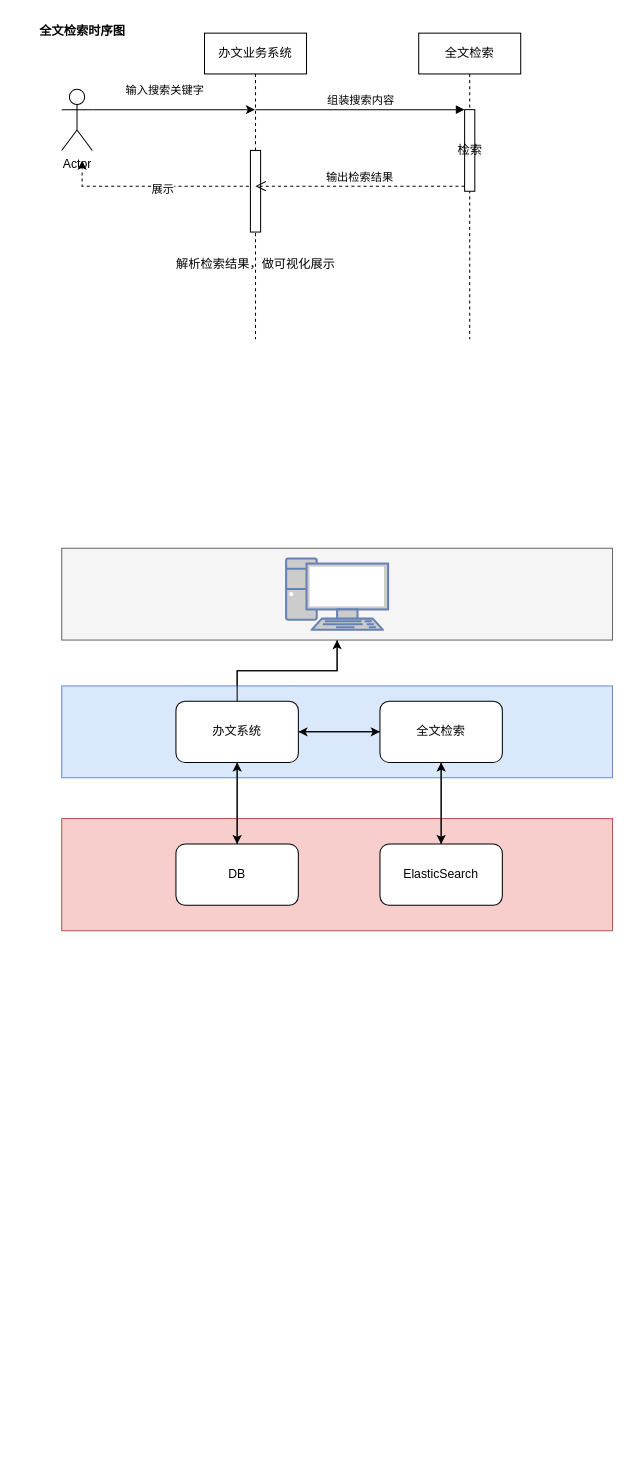
This is 办文全文检索.drawio from ammengke/my-drawio, a draw.io file, before an edit. Source tidied: cells renumbered, new cells numbered last; positions are measured from the earlier drawing's top-left corner, leaving out a move shared by most shapes. Both pictures are drawn from the tidied source at 102%, with x=0, y=0 at pixel (41, 17).
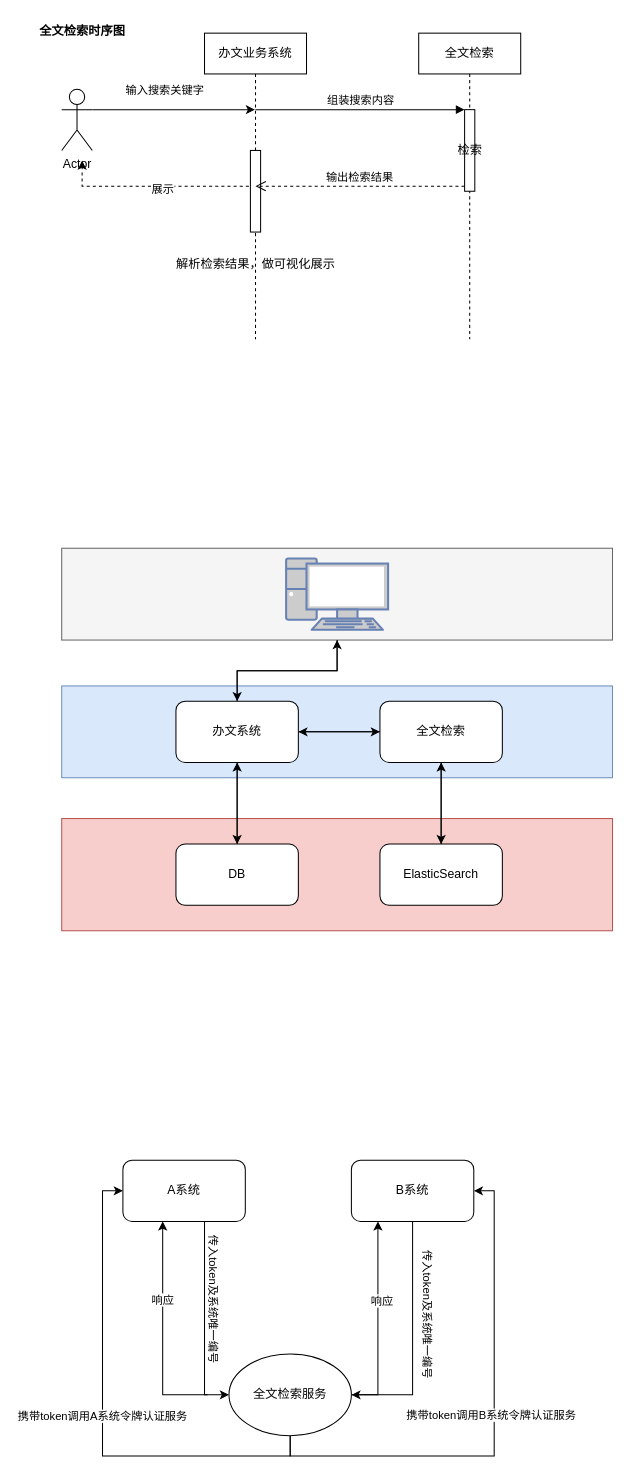
Above is the later version.

Commit message:
更新办文全文检索.drawio

The change refers to these unchanged cells:
```xml
<mxCell id="15" style="rounded=0;whiteSpace=wrap;html=1;fillColor=#f5f5f5;strokeColor=#666666;fontColor=#333333;" parent="1" vertex="1">
  <mxGeometry x="20" y="520" width="540" height="90" as="geometry" />
</mxCell>
<mxCell id="20" value="办文系统" style="rounded=1;whiteSpace=wrap;html=1;" parent="1" vertex="1">
  <mxGeometry x="132" y="670" width="120" height="60" as="geometry" />
</mxCell>
```

What changed in the source:
```diff
@@
-    <mxCell id="14" style="edgeStyle=orthogonalEdgeStyle;rounded=0;jettySize=auto;html=1;" parent="1" edge="1" source="15" target="20">
-      <mxGeometry relative="1" as="geometry" />
-    </mxCell>
@@
+    <mxCell id="14" style="edgeStyle=orthogonalEdgeStyle;rounded=0;jettySize=auto;html=1;" parent="1" edge="1" source="15" target="20">
+      <mxGeometry relative="1" as="geometry" />
+    </mxCell>
+    <mxCell id="30" style="edgeStyle=orthogonalEdgeStyle;rounded=0;jettySize=auto;html=1;" parent="1" edge="1" source="32" target="44">
+      <mxGeometry relative="1" as="geometry">
+        <Array as="points">
+          <mxPoint x="160" y="1350" />
+        </Array>
+      </mxGeometry>
+    </mxCell>
+    <mxCell id="31" value="传入token及系统唯一编号" style="edgeLabel;html=1;align=center;verticalAlign=middle;rotation=90;" parent="30" vertex="1">
+      <mxGeometry x="-0.23" y="-2" relative="1" as="geometry">
+        <mxPoint x="12" as="offset" />
+      </mxGeometry>
+    </mxCell>
+    <mxCell id="32" value="A系统&lt;br&gt;" style="rounded=1;whiteSpace=wrap;html=1;" parent="1" vertex="1">
+      <mxGeometry x="80" y="1120" width="120" height="60" as="geometry" />
+    </mxCell>
+    <mxCell id="33" style="edgeStyle=orthogonalEdgeStyle;rounded=0;jettySize=auto;html=1;entryX=1;entryY=0.5;entryDx=0;entryDy=0;" parent="1" edge="1" source="35" target="44">
+      <mxGeometry relative="1" as="geometry" />
+    </mxCell>
+    <mxCell id="34" value="传入token及系统唯一编号" style="edgeLabel;html=1;align=center;verticalAlign=middle;rotation=90;" parent="33" vertex="1">
+      <mxGeometry x="-0.23" y="1" relative="1" as="geometry">
+        <mxPoint x="15" y="1" as="offset" />
+      </mxGeometry>
+    </mxCell>
+    <mxCell id="35" value="B系统" style="rounded=1;whiteSpace=wrap;html=1;" parent="1" vertex="1">
+      <mxGeometry x="304" y="1120" width="120" height="60" as="geometry" />
+    </mxCell>
+    <mxCell id="36" style="edgeStyle=orthogonalEdgeStyle;rounded=0;jettySize=auto;html=1;entryX=0;entryY=0.5;entryDx=0;entryDy=0;" parent="1" edge="1" source="44" target="32">
+      <mxGeometry relative="1" as="geometry">
+        <Array as="points">
+          <mxPoint x="244" y="1410" />
+          <mxPoint x="60" y="1410" />
+          <mxPoint x="60" y="1150" />
+        </Array>
+      </mxGeometry>
+    </mxCell>
+    <mxCell id="37" value="携带token调用A系统令牌认证服务&lt;br&gt;" style="edgeLabel;html=1;align=center;verticalAlign=middle;" parent="36" vertex="1">
+      <mxGeometry x="-0.32" y="1" relative="1" as="geometry">
+        <mxPoint x="-40" y="-41" as="offset" />
+      </mxGeometry>
+    </mxCell>
+    <mxCell id="38" style="edgeStyle=orthogonalEdgeStyle;rounded=0;orthogonalLoop=1;jettySize=auto;html=1;entryX=0.5;entryY=1;entryDx=0;entryDy=0;" parent="1" edge="1">
+      <mxGeometry relative="1" as="geometry">
+        <mxPoint x="163" y="1350" as="sourcePoint" />
+        <mxPoint x="119" y="1180" as="targetPoint" />
+        <Array as="points">
+          <mxPoint x="119" y="1350" />
+        </Array>
+      </mxGeometry>
+    </mxCell>
+    <mxCell id="39" value="响应" style="edgeLabel;html=1;align=center;verticalAlign=middle;" parent="38" vertex="1">
+      <mxGeometry x="0.29" y="1" relative="1" as="geometry" />
+    </mxCell>
+    <mxCell id="40" style="edgeStyle=orthogonalEdgeStyle;rounded=0;jettySize=auto;html=1;entryX=1;entryY=0.5;entryDx=0;entryDy=0;" parent="1" edge="1" source="44" target="35">
+      <mxGeometry relative="1" as="geometry">
+        <Array as="points">
+          <mxPoint x="244" y="1410" />
+          <mxPoint x="444" y="1410" />
+          <mxPoint x="444" y="1150" />
+        </Array>
+      </mxGeometry>
+    </mxCell>
+    <mxCell id="41" value="携带token调用B系统令牌认证服务" style="edgeLabel;html=1;align=center;verticalAlign=middle;" parent="40" vertex="1">
+      <mxGeometry x="0.1" y="2" relative="1" as="geometry">
+        <mxPoint x="-2" y="14" as="offset" />
+      </mxGeometry>
+    </mxCell>
+    <mxCell id="42" style="edgeStyle=orthogonalEdgeStyle;rounded=0;jettySize=auto;html=1;" parent="1" edge="1" source="44" target="35">
+      <mxGeometry relative="1" as="geometry">
+        <Array as="points">
+          <mxPoint x="330" y="1350" />
+        </Array>
+      </mxGeometry>
+    </mxCell>
+    <mxCell id="43" value="响应" style="edgeLabel;html=1;align=center;verticalAlign=middle;" parent="42" vertex="1">
+      <mxGeometry x="0.21" y="-3" relative="1" as="geometry" />
+    </mxCell>
+    <mxCell id="44" value="全文检索服务" style="ellipse;whiteSpace=wrap;html=1;" parent="1" vertex="1">
+      <mxGeometry x="184" y="1310" width="120" height="80" as="geometry" />
+    </mxCell>
```
